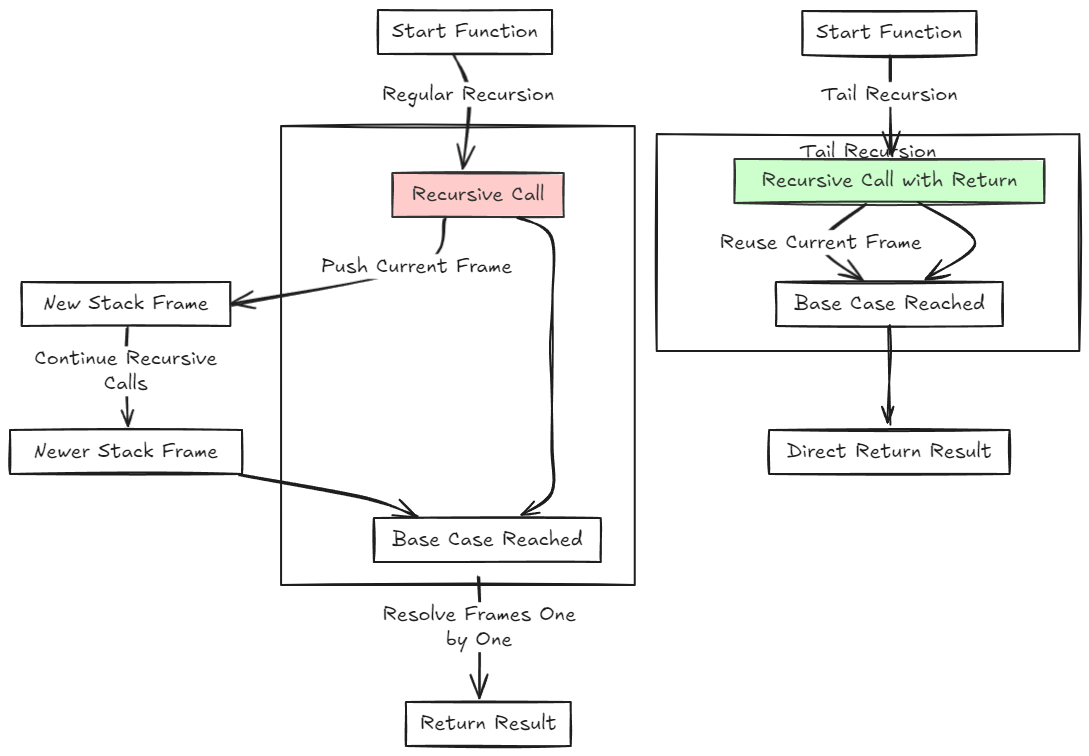
The Excalidraw diagram static/tail_recursion/tail_recursion.png in heathhenley/heathhenley.github.io, before a commit. Source tidied: one line per element, renumbered; positions are measured from the earlier drawing's top-left corner, leaving out a move shared by most shapes.
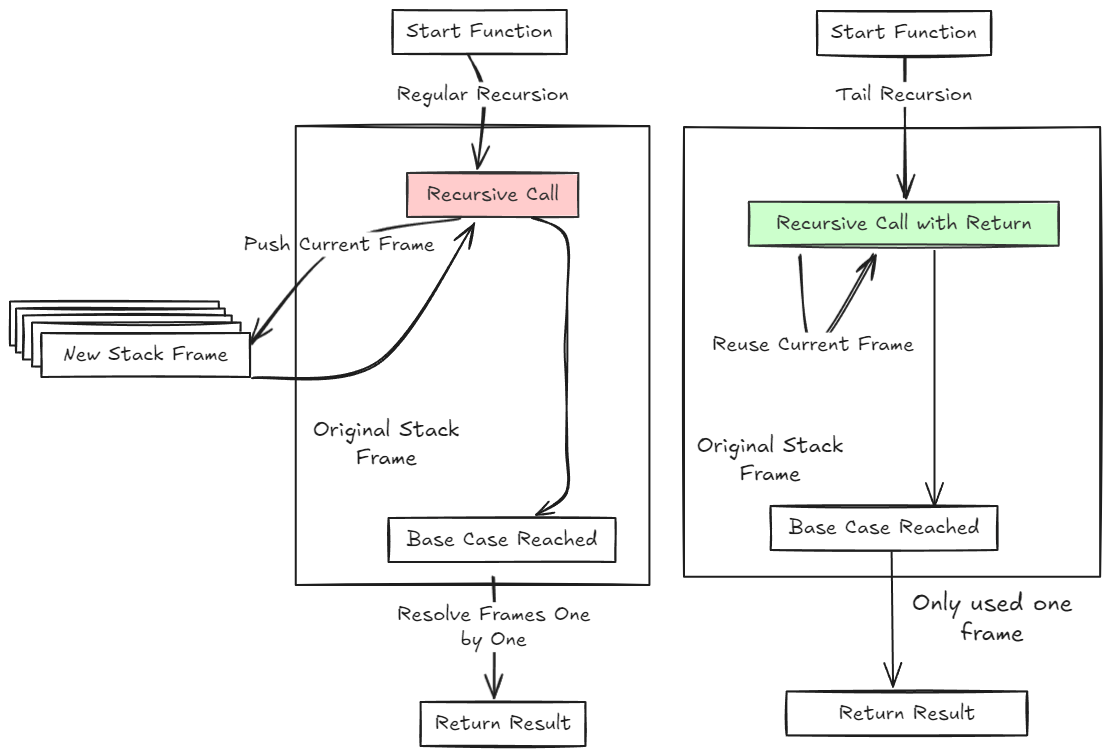
Above is the later version.

Commit message:
Fix a bunch of typos as usual

What changed in the source:
```diff
@@ -1,39 +1,41 @@
+{"id": 39, "type": "rectangle", "strokeColor": "#1e1e1e", "backgroundColor": "#ffffff", "fillStyle": "solid", "strokeWidth": 2, "roughness": 1, "x": -15, "y": 292, "width": 209, "height": 44}
+{"id": 40, "type": "rectangle", "strokeColor": "#1e1e1e", "backgroundColor": "#ffffff", "fillStyle": "solid", "strokeWidth": 2, "roughness": 1, "x": -9, "y": 298, "width": 209, "height": 44}
+{"id": 41, "type": "rectangle", "strokeColor": "#1e1e1e", "backgroundColor": "#ffffff", "fillStyle": "solid", "strokeWidth": 2, "roughness": 1, "x": -2, "y": 306, "width": 209, "height": 44}
+{"id": 42, "type": "rectangle", "strokeColor": "#1e1e1e", "backgroundColor": "#ffffff", "fillStyle": "solid", "strokeWidth": 2, "roughness": 1, "x": 7, "y": 312, "width": 209, "height": 44}
 {"id": 0, "type": "rectangle", "strokeColor": "#1e1e1e", "strokeWidth": 2, "roughness": 1, "x": 271, "y": 116, "width": 354, "height": 459}
-{"id": 1, "type": "rectangle", "strokeColor": "#1e1e1e", "strokeWidth": 2, "roughness": 1, "x": 647, "y": 124, "width": 423, "height": 217}
+{"id": 1, "type": "rectangle", "strokeColor": "#1e1e1e", "strokeWidth": 2, "roughness": 1, "x": 659, "y": 117, "width": 416, "height": 450}
 {"id": 2, "type": "rectangle", "strokeColor": "#1e1e1e", "strokeWidth": 2, "roughness": 1, "x": 368, "y": 0, "width": 174, "height": 44}
 {"id": 3, "type": "rectangle", "strokeColor": "#333", "backgroundColor": "#ffcccc", "fillStyle": "solid", "strokeWidth": 2, "roughness": 1, "x": 382, "y": 163, "width": 171, "height": 44}
-{"id": 4, "type": "rectangle", "strokeColor": "#1e1e1e", "strokeWidth": 2, "roughness": 1, "x": 12, "y": 272, "width": 209, "height": 44}
+{"id": 4, "type": "rectangle", "strokeColor": "#1e1e1e", "backgroundColor": "#ffffff", "fillStyle": "solid", "strokeWidth": 2, "roughness": 1, "x": 17, "y": 323, "width": 209, "height": 44}
-{"id": 5, "type": "rectangle", "strokeColor": "#1e1e1e", "strokeWidth": 2, "roughness": 1, "x": 0, "y": 420, "width": 232, "height": 44}
 {"id": 6, "type": "rectangle", "strokeColor": "#1e1e1e", "strokeWidth": 2, "roughness": 1, "x": 364, "y": 508, "width": 227, "height": 44}
 {"id": 7, "type": "rectangle", "strokeColor": "#1e1e1e", "strokeWidth": 2, "roughness": 1, "x": 396, "y": 692, "width": 165, "height": 44}
 {"id": 8, "type": "rectangle", "strokeColor": "#1e1e1e", "strokeWidth": 2, "roughness": 1, "x": 792, "y": 1, "width": 174, "height": 44}
-{"id": 9, "type": "rectangle", "strokeColor": "#333", "backgroundColor": "#ccffcc", "fillStyle": "solid", "strokeWidth": 2, "roughness": 1, "x": 724, "y": 149, "width": 310, "height": 44}
+{"id": 9, "type": "rectangle", "strokeColor": "#333", "backgroundColor": "#ccffcc", "fillStyle": "solid", "strokeWidth": 2, "roughness": 1, "x": 724, "y": 192, "width": 310, "height": 44}
-{"id": 10, "type": "rectangle", "strokeColor": "#1e1e1e", "strokeWidth": 2, "roughness": 1, "x": 766, "y": 272, "width": 227, "height": 44}
+{"id": 10, "type": "rectangle", "strokeColor": "#1e1e1e", "strokeWidth": 2, "roughness": 1, "x": 746, "y": 496, "width": 227, "height": 44}
-{"id": 11, "type": "rectangle", "strokeColor": "#1e1e1e", "strokeWidth": 2, "roughness": 1, "x": 759, "y": 420, "width": 241, "height": 44}
+{"id": 11, "type": "rectangle", "strokeColor": "#1e1e1e", "strokeWidth": 2, "roughness": 1, "x": 762, "y": 681, "width": 241, "height": 44}
 {"id": 12, "type": "arrow", "strokeColor": "#1e1e1e", "strokeWidth": 2, "roughness": 1, "endArrowhead": "arrow", "round": true, "from": 2, "to": 3, "x": 443, "y": 45, "width": 15, "height": 113, "points": [[0, 0], [15, 40], [9, 113]]}
-{"id": 13, "type": "arrow", "strokeColor": "#1e1e1e", "strokeWidth": 2, "roughness": 1, "endArrowhead": "arrow", "round": true, "to": 4, "x": 434, "y": 208, "width": 213, "height": 87, "points": [[0, 0], [-28, 48], [-213, 87]]}
+{"id": 13, "type": "arrow", "strokeColor": "#1e1e1e", "strokeWidth": 2, "roughness": 1, "endArrowhead": "arrow", "round": true, "from": 3, "to": 4, "x": 434, "y": 208, "width": 208, "height": 125, "points": [[0, 0], [-120, 26], [-208, 125]]}
-{"id": 14, "type": "arrow", "strokeColor": "#1e1e1e", "strokeWidth": 2, "roughness": 1, "endArrowhead": "arrow", "round": true, "from": 4, "to": 5, "x": 116, "y": 316, "width": 0, "height": 98, "points": [[0, 0], [0, 24], [0, 64], [0, 98]]}
-{"id": 15, "type": "arrow", "strokeColor": "#1e1e1e", "strokeWidth": 2, "roughness": 1, "endArrowhead": "arrow", "round": true, "from": 5, "to": 6, "x": 229, "y": 464, "width": 178, "height": 42, "points": [[0, 0], [128, 24], [178, 42]]}
+{"id": 15, "type": "arrow", "strokeColor": "#1e1e1e", "strokeWidth": 2, "roughness": 1, "endArrowhead": "arrow", "round": true, "from": 4, "to": 3, "x": 227, "y": 368, "width": 222, "height": 154, "points": [[0, 0], [127, -14], [222, -154]]}
 {"id": 16, "type": "arrow", "strokeColor": "#1e1e1e", "strokeWidth": 2, "roughness": 1, "endArrowhead": "arrow", "round": true, "from": 6, "to": 7, "x": 469, "y": 566, "width": 1, "height": 120, "points": [[0, 0], [0, 30], [0, 70], [1, 120]]}
-{"id": 17, "type": "arrow", "strokeColor": "#1e1e1e", "strokeWidth": 2, "roughness": 1, "endArrowhead": "arrow", "round": true, "from": 8, "to": 9, "x": 879, "y": 46, "width": 0, "height": 98, "points": [[0, 0], [0, 39], [0, 98]]}
+{"id": 17, "type": "arrow", "strokeColor": "#1e1e1e", "strokeWidth": 2, "roughness": 1, "endArrowhead": "arrow", "round": true, "from": 8, "to": 9, "x": 879, "y": 46, "width": 0, "height": 140, "points": [[0, 0], [0, 38], [0, 140]]}
-{"id": 18, "type": "arrow", "strokeColor": "#1e1e1e", "strokeWidth": 2, "roughness": 1, "endArrowhead": "arrow", "round": true, "from": 9, "to": 10, "x": 855, "y": 194, "width": 45, "height": 74, "points": [[0, 0], [-45, 39], [-5, 74]]}
+{"id": 18, "type": "arrow", "strokeColor": "#1e1e1e", "strokeWidth": 2, "roughness": 1, "endArrowhead": "arrow", "round": true, "from": 9, "to": 9, "x": 774, "y": 245, "width": 74, "height": 92, "points": [[0, 0], [14, 90], [74, -2]]}
-{"id": 19, "type": "arrow", "strokeColor": "#1e1e1e", "strokeWidth": 2, "roughness": 1, "endArrowhead": "arrow", "round": true, "from": 10, "to": 11, "x": 879, "y": 316, "width": 0, "height": 98, "points": [[0, 0], [0, 24], [0, 64], [0, 98]]}
 {"id": 20, "type": "arrow", "strokeColor": "#1e1e1e", "strokeWidth": 2, "roughness": 1, "endArrowhead": "arrow", "round": true, "from": 3, "to": 6, "x": 508, "y": 208, "width": 34, "height": 296, "points": [[0, 0], [34, 18], [34, 80], [34, 127], [34, 166], [34, 228], [34, 275], [4, 296]]}
-{"id": 21, "type": "arrow", "strokeColor": "#1e1e1e", "strokeWidth": 2, "roughness": 1, "endArrowhead": "arrow", "round": true, "from": 9, "to": 10, "x": 909, "y": 194, "width": 55, "height": 75, "points": [[0, 0], [55, 39], [5, 75]]}
-{"id": 22, "type": "text", "text": "Tail Recursion", "strokeColor": "#1e1e1e", "strokeWidth": 2, "roughness": 1, "fontSize": 20, "fontFamily": 5, "textAlign": "center", "inside": 1, "x": 789, "y": 129, "width": 138, "height": 25}
 {"id": 23, "type": "text", "text": "Start Function", "strokeColor": "#1e1e1e", "strokeWidth": 2, "roughness": 1, "fontSize": 20, "fontFamily": 5, "textAlign": "center", "verticalAlign": "middle", "inside": 2, "x": 382, "y": 10, "width": 147, "height": 25}
 {"id": 24, "type": "text", "text": "Recursive Call", "strokeColor": "#333", "strokeWidth": 2, "roughness": 1, "fontSize": 20, "fontFamily": 5, "textAlign": "center", "verticalAlign": "middle", "inside": 3, "x": 401, "y": 172, "width": 133, "height": 25}
-{"id": 25, "type": "text", "text": "New Stack Frame", "strokeColor": "#1e1e1e", "strokeWidth": 2, "roughness": 1, "fontSize": 20, "fontFamily": 5, "textAlign": "center", "verticalAlign": "middle", "inside": 4, "x": 33, "y": 282, "width": 165, "height": 25}
+{"id": 25, "type": "text", "text": "New Stack Frame", "strokeColor": "#1e1e1e", "strokeWidth": 2, "roughness": 1, "fontSize": 20, "fontFamily": 5, "textAlign": "center", "verticalAlign": "middle", "inside": 4, "x": 38, "y": 332, "width": 165, "height": 25}
-{"id": 26, "type": "text", "text": "Newer Stack Frame", "strokeColor": "#1e1e1e", "strokeWidth": 2, "roughness": 1, "fontSize": 20, "fontFamily": 5, "textAlign": "center", "verticalAlign": "middle", "inside": 5, "x": 24, "y": 430, "width": 184, "height": 25}
 {"id": 27, "type": "text", "text": "Base Case Reached", "strokeColor": "#1e1e1e", "strokeWidth": 2, "roughness": 1, "fontSize": 20, "fontFamily": 5, "textAlign": "center", "verticalAlign": "middle", "inside": 6, "x": 381, "y": 518, "width": 192, "height": 25}
 {"id": 28, "type": "text", "text": "Return Result", "strokeColor": "#1e1e1e", "strokeWidth": 2, "roughness": 1, "fontSize": 20, "fontFamily": 5, "textAlign": "center", "verticalAlign": "middle", "inside": 7, "x": 409, "y": 702, "width": 138, "height": 25}
 {"id": 29, "type": "text", "text": "Start Function", "strokeColor": "#1e1e1e", "strokeWidth": 2, "roughness": 1, "fontSize": 20, "fontFamily": 5, "textAlign": "center", "verticalAlign": "middle", "inside": 8, "x": 806, "y": 10, "width": 147, "height": 25}
-{"id": 30, "type": "text", "text": "Recursive Call with Return", "strokeColor": "#333", "strokeWidth": 2, "roughness": 1, "fontSize": 20, "fontFamily": 5, "textAlign": "center", "verticalAlign": "middle", "inside": 9, "x": 751, "y": 158, "width": 257, "height": 25}
+{"id": 30, "type": "text", "text": "Recursive Call with Return", "strokeColor": "#333", "strokeWidth": 2, "roughness": 1, "fontSize": 20, "fontFamily": 5, "textAlign": "center", "verticalAlign": "middle", "inside": 9, "x": 751, "y": 201, "width": 257, "height": 25}
-{"id": 31, "type": "text", "text": "Base Case Reached", "strokeColor": "#1e1e1e", "strokeWidth": 2, "roughness": 1, "fontSize": 20, "fontFamily": 5, "textAlign": "center", "verticalAlign": "middle", "inside": 10, "x": 783, "y": 282, "width": 192, "height": 25}
+{"id": 31, "type": "text", "text": "Base Case Reached", "strokeColor": "#1e1e1e", "strokeWidth": 2, "roughness": 1, "fontSize": 20, "fontFamily": 5, "textAlign": "center", "verticalAlign": "middle", "inside": 10, "x": 763, "y": 506, "width": 192, "height": 25}
-{"id": 32, "type": "text", "text": "Direct Return Result", "strokeColor": "#1e1e1e", "strokeWidth": 2, "roughness": 1, "fontSize": 20, "fontFamily": 5, "textAlign": "center", "verticalAlign": "middle", "inside": 11, "x": 777, "y": 430, "width": 205, "height": 25}
+{"id": 32, "type": "text", "text": "Return Result", "strokeColor": "#1e1e1e", "strokeWidth": 2, "roughness": 1, "fontSize": 20, "fontFamily": 5, "textAlign": "center", "verticalAlign": "middle", "inside": 11, "x": 813, "y": 691, "width": 138, "height": 25}
 {"id": 33, "type": "text", "text": "Regular Recursion", "strokeColor": "#1e1e1e", "strokeWidth": 2, "roughness": 1, "fontSize": 20, "fontFamily": 5, "textAlign": "center", "verticalAlign": "middle", "inside": 12, "x": 390, "y": 72, "width": 173, "height": 25}
 {"id": 34, "type": "text", "text": "Push Current Frame", "strokeColor": "#1e1e1e", "strokeWidth": 2, "roughness": 1, "fontSize": 20, "fontFamily": 5, "textAlign": "center", "verticalAlign": "middle", "inside": 13, "x": 315, "y": 220, "width": 192, "height": 25}
-{"id": 35, "type": "text", "text": "Continue Recursive\nCalls", "strokeColor": "#1e1e1e", "strokeWidth": 2, "roughness": 1, "fontSize": 20, "fontFamily": 5, "textAlign": "center", "verticalAlign": "middle", "inside": 14, "x": 24, "y": 336, "width": 183, "height": 50}
 {"id": 36, "type": "text", "text": "Resolve Frames One\nby One", "strokeColor": "#1e1e1e", "strokeWidth": 2, "roughness": 1, "fontSize": 20, "fontFamily": 5, "textAlign": "center", "verticalAlign": "middle", "inside": 16, "x": 381, "y": 578, "width": 195, "height": 50}
 {"id": 37, "type": "text", "text": "Tail Recursion", "strokeColor": "#1e1e1e", "strokeWidth": 2, "roughness": 1, "fontSize": 20, "fontFamily": 5, "textAlign": "center", "verticalAlign": "middle", "inside": 17, "x": 811, "y": 72, "width": 138, "height": 25}
-{"id": 38, "type": "text", "text": "Reuse Current Frame", "strokeColor": "#1e1e1e", "strokeWidth": 2, "roughness": 1, "fontSize": 20, "fontFamily": 5, "textAlign": "center", "verticalAlign": "middle", "inside": 18, "x": 709, "y": 220, "width": 203, "height": 25}
+{"id": 38, "type": "text", "text": "Reuse Current Frame", "strokeColor": "#1e1e1e", "strokeWidth": 2, "roughness": 1, "fontSize": 20, "fontFamily": 5, "textAlign": "center", "verticalAlign": "middle", "inside": 18, "x": 741, "y": 327, "width": 203, "height": 25}
+{"id": 43, "type": "text", "text": "Original Stack\nFrame", "strokeColor": "#1e1e1e", "backgroundColor": "#ffffff", "fillStyle": "hachure", "strokeWidth": 2, "roughness": 0, "fontSize": 21.73, "fontFamily": 5, "textAlign": "center", "x": 287, "y": 407, "width": 150, "height": 54}
+{"id": 44, "type": "text", "text": "Original Stack\nFrame", "strokeColor": "#1e1e1e", "backgroundColor": "#ffffff", "fillStyle": "hachure", "strokeWidth": 2, "roughness": 0, "fontSize": 21.73, "fontFamily": 5, "textAlign": "center", "x": 670, "y": 423, "width": 150, "height": 54}
+{"id": 45, "type": "arrow", "strokeColor": "#1e1e1e", "backgroundColor": "#ffffff", "fillStyle": "hachure", "strokeWidth": 2, "roughness": 0, "endArrowhead": "arrow", "from": 9, "to": 10, "x": 910, "y": 241, "width": 0, "height": 256, "points": [[0, 0], [0, 256]]}
+{"id": 46, "type": "arrow", "strokeColor": "#1e1e1e", "backgroundColor": "#ffffff", "fillStyle": "hachure", "strokeWidth": 2, "roughness": 0, "endArrowhead": "arrow", "from": 10, "to": 11, "x": 867, "y": 542, "width": 1, "height": 134, "points": [[0, 0], [1, 134]]}
+{"id": 47, "type": "text", "text": "Only used one\nframe", "strokeColor": "#1e1e1e", "backgroundColor": "#ffffff", "fillStyle": "hachure", "strokeWidth": 2, "roughness": 0, "fontSize": 23.81, "fontFamily": 5, "textAlign": "center", "x": 878, "y": 579, "width": 178, "height": 60}
```
